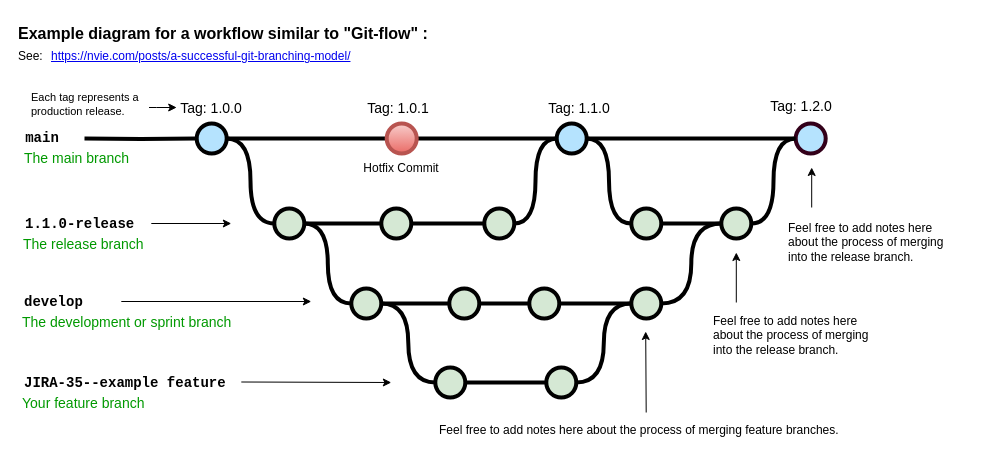
Earlier version of the draw.io diagram Untitled Diagram.drawio (JarvisSmallhouse/Moto_XCMP_XNL_master). Source tidied: cells renumbered, new cells numbered last; positions are measured from the earlier drawing's top-left corner, leaving out a move shared by most shapes. Both pictures are drawn from the tidied source at 100%, with x=0, y=0 at pixel (16, 17).
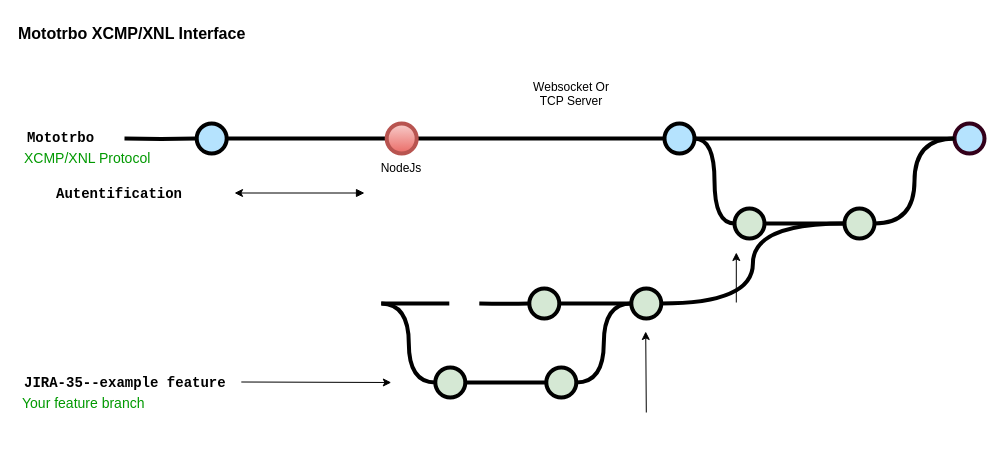
The same diagram, later.

The change refers to these unchanged cells:
```xml
<mxCell id="5" style="verticalLabelPosition=bottom;verticalAlign=top;html=1;strokeWidth=4;shape=mxgraph.flowchart.on-page_reference;plain-blue;gradientColor=none;fillColor=#B5E3Fe;strokeColor=#000000;" parent="1" vertex="1">
  <mxGeometry x="180.2" y="106" width="30" height="30" as="geometry" />
</mxCell>
<mxCell id="26" style="verticalLabelPosition=bottom;verticalAlign=top;html=1;strokeWidth=4;shape=mxgraph.flowchart.on-page_reference;plain-purple;gradientColor=none;strokeColor=#000000;fillColor=#D5E8D4;" parent="1" vertex="1">
  <mxGeometry x="512.8" y="271" width="30" height="30" as="geometry" />
</mxCell>
<mxCell id="31" style="verticalLabelPosition=bottom;verticalAlign=top;html=1;strokeWidth=4;shape=mxgraph.flowchart.on-page_reference;plain-purple;gradientColor=none;strokeColor=#000000;fillColor=#D5E8D4;" parent="1" vertex="1">
  <mxGeometry x="418.8" y="350" width="30" height="30" as="geometry" />
</mxCell>
```

Change to the diagram source:
```diff
@@
-    <mxCell id="2" value="Hotfix Commit" style="text;html=1;strokeColor=none;fillColor=none;align=center;verticalAlign=middle;whiteSpace=wrap;overflow=hidden;" parent="1" vertex="1">
+    <mxCell id="2" value="NodeJs" style="text;html=1;strokeColor=none;fillColor=none;align=center;verticalAlign=middle;whiteSpace=wrap;overflow=hidden;" parent="1" vertex="1">
       <mxGeometry x="345.2" y="136" width="80" height="30" as="geometry" />
     </mxCell>
@@
-    <mxCell id="4" style="edgeStyle=orthogonalEdgeStyle;curved=1;rounded=0;html=1;exitX=1;exitY=0.5;exitPerimeter=0;entryX=0;entryY=0.5;entryPerimeter=0;endArrow=none;endFill=0;jettySize=auto;strokeWidth=4;fontSize=15;" parent="1" edge="1" source="5" target="13">
-      <mxGeometry relative="1" as="geometry" />
-    </mxCell>
@@
     <mxCell id="8" style="verticalLabelPosition=bottom;verticalAlign=top;html=1;strokeWidth=4;shape=mxgraph.flowchart.on-page_reference;plain-blue;gradientColor=none;strokeColor=#000000;fillColor=#B5E3FE;" parent="1" vertex="1">
-      <mxGeometry x="540.2" y="106" width="30" height="30" as="geometry" />
+      <mxGeometry x="648" y="106" width="30" height="30" as="geometry" />
     </mxCell>
     <mxCell id="9" style="verticalLabelPosition=bottom;verticalAlign=top;html=1;strokeWidth=4;shape=mxgraph.flowchart.on-page_reference;plain-blue;gradientColor=none;strokeColor=#33001A;fillColor=#B5E3FE;" parent="1" vertex="1">
-      <mxGeometry x="779.2" y="106" width="30" height="30" as="geometry" />
+      <mxGeometry x="938" y="106" width="30" height="30" as="geometry" />
     </mxCell>
     <mxCell id="10" style="edgeStyle=orthogonalEdgeStyle;rounded=0;html=1;jettySize=auto;strokeWidth=4;endArrow=none;endFill=0;" parent="1" edge="1" target="5">
       <mxGeometry x="192.2" y="211" as="geometry">
-        <mxPoint x="68" y="121" as="sourcePoint" />
+        <mxPoint x="108" y="121" as="sourcePoint" />
       </mxGeometry>
     </mxCell>
-    <mxCell id="11" value="main" style="text;html=1;strokeColor=none;fillColor=none;align=center;verticalAlign=middle;whiteSpace=wrap;overflow=hidden;fontSize=14;fontStyle=1;fontFamily=Courier New;" parent="1" vertex="1">
-      <mxGeometry x="1" y="100" width="50" height="42" as="geometry" />
+    <mxCell id="11" value="Mototrbo" style="text;html=1;strokeColor=none;fillColor=none;align=center;verticalAlign=middle;whiteSpace=wrap;overflow=hidden;fontSize=14;fontStyle=1;fontFamily=Courier New;" parent="1" vertex="1">
+      <mxGeometry x="1" y="100" width="87" height="42" as="geometry" />
     </mxCell>
-    <mxCell id="12" style="edgeStyle=orthogonalEdgeStyle;curved=1;rounded=0;html=1;exitX=1;exitY=0.5;exitPerimeter=0;endArrow=none;endFill=0;jettySize=auto;strokeWidth=4;fontSize=15;" parent="1" edge="1" source="13" target="15">
-      <mxGeometry relative="1" as="geometry" />
-    </mxCell>
-    <mxCell id="13" style="verticalLabelPosition=bottom;verticalAlign=top;html=1;strokeWidth=4;shape=mxgraph.flowchart.on-page_reference;plain-purple;gradientColor=none;strokeColor=#000000;fillColor=#D5E8D4;" parent="1" vertex="1">
-      <mxGeometry x="257.8" y="191" width="30" height="30" as="geometry" />
-    </mxCell>
-    <mxCell id="14" style="edgeStyle=orthogonalEdgeStyle;curved=1;rounded=0;html=1;exitX=1;exitY=0.5;exitPerimeter=0;entryX=0;entryY=0.5;entryPerimeter=0;endArrow=none;endFill=0;jettySize=auto;strokeWidth=4;fontSize=15;" parent="1" edge="1" source="15" target="17">
-      <mxGeometry relative="1" as="geometry" />
-    </mxCell>
-    <mxCell id="15" style="verticalLabelPosition=bottom;verticalAlign=top;html=1;strokeWidth=4;shape=mxgraph.flowchart.on-page_reference;plain-purple;gradientColor=none;strokeColor=#000000;fillColor=#D5E8D4;" parent="1" vertex="1">
-      <mxGeometry x="364.8" y="191" width="30" height="30" as="geometry" />
-    </mxCell>
-    <mxCell id="16" style="edgeStyle=orthogonalEdgeStyle;curved=1;rounded=0;html=1;exitX=1;exitY=0.5;exitPerimeter=0;entryX=0;entryY=0.5;entryPerimeter=0;endArrow=none;endFill=0;jettySize=auto;strokeWidth=4;fontSize=15;" parent="1" edge="1" source="17" target="8">
-      <mxGeometry relative="1" as="geometry" />
-    </mxCell>
-    <mxCell id="17" style="verticalLabelPosition=bottom;verticalAlign=top;html=1;strokeWidth=4;shape=mxgraph.flowchart.on-page_reference;plain-purple;gradientColor=none;strokeColor=#000000;fillColor=#D5E8D4;" parent="1" vertex="1">
-      <mxGeometry x="467.8" y="191" width="30" height="30" as="geometry" />
-    </mxCell>
-    <mxCell id="18" value="1.1.0-release" style="text;html=1;strokeColor=none;fillColor=none;align=left;verticalAlign=middle;whiteSpace=wrap;overflow=hidden;fontSize=14;fontStyle=1;fontFamily=Courier New;" parent="1" vertex="1">
-      <mxGeometry x="6.8" y="196" width="240" height="20" as="geometry" />
+    <mxCell id="18" value="Autentification" style="text;html=1;strokeColor=none;fillColor=none;align=left;verticalAlign=middle;whiteSpace=wrap;overflow=hidden;fontSize=14;fontStyle=1;fontFamily=Courier New;" parent="1" vertex="1">
+      <mxGeometry x="38" y="166" width="240" height="20" as="geometry" />
     </mxCell>
-    <mxCell id="19" style="edgeStyle=orthogonalEdgeStyle;rounded=0;jettySize=auto;html=1;endArrow=none;endFill=0;strokeWidth=4;" parent="1" edge="1" source="22" target="24">
-      <mxGeometry relative="1" as="geometry" />
+    <mxCell id="19" style="edgeStyle=orthogonalEdgeStyle;rounded=0;orthogonalLoop=1;jettySize=auto;html=1;endArrow=none;endFill=0;strokeWidth=4;" parent="1" edge="1">
+      <mxGeometry relative="1" as="geometry">
+        <mxPoint x="364.8" y="286" as="sourcePoint" />
+        <mxPoint x="432.8" y="286" as="targetPoint" />
+      </mxGeometry>
     </mxCell>
-    <mxCell id="20" style="edgeStyle=orthogonalEdgeStyle;rounded=0;jettySize=auto;html=1;entryX=1;entryY=0.5;entryDx=0;entryDy=0;entryPerimeter=0;endArrow=none;endFill=0;strokeWidth=4;curved=1;" parent="1" edge="1" source="22" target="13">
-      <mxGeometry relative="1" as="geometry" />
-    </mxCell>
-    <mxCell id="21" style="edgeStyle=orthogonalEdgeStyle;curved=1;rounded=0;jettySize=auto;html=1;exitX=1;exitY=0.5;exitDx=0;exitDy=0;exitPerimeter=0;entryX=0;entryY=0.5;entryDx=0;entryDy=0;entryPerimeter=0;endArrow=none;endFill=0;strokeWidth=4;fontFamily=Courier New;fontColor=#009900;" parent="1" edge="1" source="22" target="31">
-      <mxGeometry relative="1" as="geometry" />
+    <mxCell id="21" style="edgeStyle=orthogonalEdgeStyle;curved=1;rounded=0;jettySize=auto;html=1;exitX=1;exitY=0.5;exitDx=0;exitDy=0;exitPerimeter=0;entryX=0;entryY=0.5;entryDx=0;entryDy=0;entryPerimeter=0;endArrow=none;endFill=0;strokeWidth=4;fontFamily=Courier New;fontColor=#009900;" parent="1" edge="1" target="31">
+      <mxGeometry relative="1" as="geometry">
+        <mxPoint x="364.8" y="286" as="sourcePoint" />
+      </mxGeometry>
     </mxCell>
-    <mxCell id="22" style="verticalLabelPosition=bottom;verticalAlign=top;html=1;strokeWidth=4;shape=mxgraph.flowchart.on-page_reference;plain-purple;gradientColor=none;strokeColor=#000000;fillColor=#D5E8D4;" parent="1" vertex="1">
-      <mxGeometry x="334.8" y="271" width="30" height="30" as="geometry" />
-    </mxCell>
-    <mxCell id="23" style="edgeStyle=orthogonalEdgeStyle;curved=1;rounded=0;jettySize=auto;html=1;endArrow=none;endFill=0;strokeWidth=4;" parent="1" edge="1" source="24" target="26">
-      <mxGeometry relative="1" as="geometry" />
+    <mxCell id="23" style="edgeStyle=orthogonalEdgeStyle;curved=1;rounded=0;jettySize=auto;html=1;endArrow=none;endFill=0;strokeWidth=4;" parent="1" edge="1" target="26">
+      <mxGeometry relative="1" as="geometry">
+        <mxPoint x="462.8" y="286" as="sourcePoint" />
+      </mxGeometry>
     </mxCell>
-    <mxCell id="24" style="verticalLabelPosition=bottom;verticalAlign=top;html=1;strokeWidth=4;shape=mxgraph.flowchart.on-page_reference;plain-purple;gradientColor=none;strokeColor=#000000;fillColor=#D5E8D4;" parent="1" vertex="1">
-      <mxGeometry x="432.8" y="271" width="30" height="30" as="geometry" />
-    </mxCell>
@@
-    <mxCell id="29" value="develop" style="text;html=1;strokeColor=none;fillColor=none;align=left;verticalAlign=middle;whiteSpace=wrap;overflow=hidden;fontSize=14;fontStyle=1;fontFamily=Courier New;" parent="1" vertex="1">
-      <mxGeometry x="5.8" y="274" width="91" height="20" as="geometry" />
-    </mxCell>
@@
-    <mxCell id="35" value="The development or sprint branch" style="text;html=1;strokeColor=none;fillColor=none;align=left;verticalAlign=middle;whiteSpace=wrap;overflow=hidden;fontSize=14;fontStyle=0;fontColor=#009900;" parent="1" vertex="1">
-      <mxGeometry x="3.8" y="294" width="240" height="20" as="geometry" />
-    </mxCell>
@@
-    <mxCell id="37" value="The release branch" style="text;html=1;strokeColor=none;fillColor=none;align=left;verticalAlign=middle;whiteSpace=wrap;overflow=hidden;fontSize=14;fontStyle=0;fontColor=#009900;" parent="1" vertex="1">
-      <mxGeometry x="4.8" y="216" width="240" height="20" as="geometry" />
-    </mxCell>
-    <mxCell id="38" value="The main branch&lt;br&gt;" style="text;html=1;strokeColor=none;fillColor=none;align=left;verticalAlign=middle;whiteSpace=wrap;overflow=hidden;fontSize=14;fontStyle=0;fontColor=#009900;" parent="1" vertex="1">
+    <mxCell id="38" value="XCMP/XNL Protocol" style="text;html=1;strokeColor=none;fillColor=none;align=left;verticalAlign=middle;whiteSpace=wrap;overflow=hidden;fontSize=14;fontStyle=0;fontColor=#009900;" parent="1" vertex="1">
       <mxGeometry x="6.2" y="130" width="146.8" height="20" as="geometry" />
     </mxCell>
@@
-    <mxCell id="40" style="endArrow=classic;html=1;strokeWidth=1;fontFamily=Courier New;fontColor=#009900;" parent="1" edge="1">
-      <mxGeometry relative="1" as="geometry">
-        <mxPoint x="104.8" y="284" as="sourcePoint" />
-        <mxPoint x="294.8" y="284" as="targetPoint" />
-      </mxGeometry>
-    </mxCell>
-    <mxCell id="41" style="endArrow=classic;html=1;strokeWidth=1;fontFamily=Courier New;fontColor=#009900;" parent="1" edge="1">
+    <mxCell id="41" style="endArrow=classic;html=1;strokeWidth=1;fontFamily=Courier New;fontColor=#009900;snapToPoint=0;startArrow=block;" parent="1" edge="1">
       <mxGeometry relative="1" as="geometry">
-        <mxPoint x="134.8" y="206" as="sourcePoint" />
-        <mxPoint x="214.8" y="206" as="targetPoint" />
+        <mxPoint x="348" y="175.5" as="sourcePoint" />
+        <mxPoint x="218" y="175.5" as="targetPoint" />
       </mxGeometry>
     </mxCell>
-    <mxCell id="42" value="Tag: 1.1.0" style="text;html=1;strokeColor=none;fillColor=none;align=center;verticalAlign=middle;whiteSpace=wrap;overflow=hidden;fontSize=14;" parent="1" vertex="1">
-      <mxGeometry x="508.2" y="80" width="110" height="20" as="geometry" />
-    </mxCell>
-    <mxCell id="43" value="Tag: 1.0.0" style="text;html=1;strokeColor=none;fillColor=none;align=center;verticalAlign=middle;whiteSpace=wrap;overflow=hidden;fontSize=14;" parent="1" vertex="1">
-      <mxGeometry x="160.2" y="80" width="70" height="20" as="geometry" />
-    </mxCell>
@@
     <mxCell id="45" style="verticalLabelPosition=bottom;verticalAlign=top;html=1;strokeWidth=4;shape=mxgraph.flowchart.on-page_reference;plain-purple;gradientColor=none;strokeColor=#000000;fillColor=#D5E8D4;" parent="1" vertex="1">
-      <mxGeometry x="614.8" y="191" width="30" height="30" as="geometry" />
+      <mxGeometry x="718" y="191" width="30" height="30" as="geometry" />
     </mxCell>
@@
     <mxCell id="47" style="verticalLabelPosition=bottom;verticalAlign=top;html=1;strokeWidth=4;shape=mxgraph.flowchart.on-page_reference;plain-purple;gradientColor=none;strokeColor=#000000;fillColor=#D5E8D4;" parent="1" vertex="1">
-      <mxGeometry x="704.8" y="191" width="30" height="30" as="geometry" />
+      <mxGeometry x="828" y="191" width="30" height="30" as="geometry" />
     </mxCell>
-    <mxCell id="48" value="Tag: 1.2.0" style="text;html=1;strokeColor=none;fillColor=none;align=center;verticalAlign=middle;whiteSpace=wrap;overflow=hidden;fontSize=14;" parent="1" vertex="1">
-      <mxGeometry x="730.2" y="78" width="110" height="20" as="geometry" />
-    </mxCell>
-    <mxCell id="49" style="endArrow=classic;html=1;strokeWidth=1;fontFamily=Courier New;fontColor=#009900;exitX=0.5;exitY=0;exitDx=0;exitDy=0;" parent="1" edge="1" source="52">
+    <mxCell id="49" style="endArrow=classic;html=1;strokeWidth=1;fontFamily=Courier New;fontColor=#009900;exitX=0.5;exitY=0;exitDx=0;exitDy=0;" parent="1" edge="1">
       <mxGeometry relative="1" as="geometry">
+        <mxPoint x="629.8" y="395" as="sourcePoint" />
         <mxPoint x="629.2" y="314" as="targetPoint" />
       </mxGeometry>
     </mxCell>
@@
-    <mxCell id="51" value="&lt;span style=&quot;text-align: center&quot;&gt;Feel free to add notes here about the process of merging into the release branch.&lt;br&gt;&lt;/span&gt;" style="text;html=1;strokeColor=none;fillColor=none;align=left;verticalAlign=middle;whiteSpace=wrap;overflow=hidden;fontSize=12;fontStyle=0;fontColor=#000000;" parent="1" vertex="1">
-      <mxGeometry x="694.8" y="285" width="163.2" height="66" as="geometry" />
-    </mxCell>
-    <mxCell id="52" value="&lt;div style=&quot;&quot;&gt;&lt;span&gt;Feel free to add notes here about the process of merging feature branches.&lt;/span&gt;&lt;/div&gt;" style="text;html=1;strokeColor=none;fillColor=none;align=left;verticalAlign=middle;whiteSpace=wrap;overflow=hidden;fontSize=12;fontStyle=0;fontColor=#000000;" parent="1" vertex="1">
-      <mxGeometry x="420.6" y="395" width="418.2" height="36" as="geometry" />
-    </mxCell>
-    <mxCell id="53" style="edgeStyle=orthogonalEdgeStyle;rounded=0;jettySize=auto;html=1;fontSize=12;fontColor=#000000;entryX=0;entryY=0.5;entryDx=0;entryDy=0;" parent="1" edge="1" source="54" target="43">
-      <mxGeometry relative="1" as="geometry">
-        <Array as="points">
-          <mxPoint x="140.2" y="90" />
-          <mxPoint x="140.2" y="90" />
-        </Array>
-      </mxGeometry>
-    </mxCell>
-    <mxCell id="54" value="&lt;span style=&quot;text-align: center; font-size: 11px;&quot;&gt;Each tag represents a production release.&lt;/span&gt;" style="text;html=1;strokeColor=none;fillColor=none;align=left;verticalAlign=middle;whiteSpace=wrap;overflow=hidden;fontSize=11;fontStyle=0;fontColor=#000000;" parent="1" vertex="1">
-      <mxGeometry x="12.5" y="68" width="120" height="38" as="geometry" />
-    </mxCell>
-    <mxCell id="55" value="Example diagram for a workflow similar to &quot;Git-flow&quot; :" style="text;whiteSpace=wrap;html=1;fontStyle=1;fontSize=16;" parent="1" vertex="1">
+    <mxCell id="55" value="Mototrbo XCMP/XNL Interface" style="text;whiteSpace=wrap;html=1;fontStyle=1;fontSize=16;" parent="1" vertex="1">
       <mxGeometry x="0.2" width="427.8" height="20" as="geometry" />
     </mxCell>
-    <mxCell id="56" value="&lt;a href=&quot;https://nvie.com/posts/a-successful-git-branching-model/&quot;&gt;https://nvie.com/posts/a-successful-git-branching-model/&lt;/a&gt;" style="text;whiteSpace=wrap;html=1;" parent="1" vertex="1">
-      <mxGeometry x="33" y="25" width="355" height="20" as="geometry" />
-    </mxCell>
-    <mxCell id="57" value="See:" style="text;whiteSpace=wrap;html=1;" parent="1" vertex="1">
-      <mxGeometry x="0.2" y="25" width="32.8" height="20" as="geometry" />
-    </mxCell>
-    <mxCell id="58" style="endArrow=classic;html=1;strokeWidth=1;fontFamily=Courier New;fontColor=#009900;" parent="1" edge="1">
-      <mxGeometry relative="1" as="geometry">
-        <mxPoint x="795.2" y="190" as="sourcePoint" />
-        <mxPoint x="795.2" y="150" as="targetPoint" />
-      </mxGeometry>
-    </mxCell>
-    <mxCell id="59" value="&lt;span style=&quot;text-align: center&quot;&gt;Feel free to add notes here about the process of merging into the release branch.&lt;br&gt;&lt;br&gt;&lt;/span&gt;" style="text;html=1;strokeColor=none;fillColor=none;align=left;verticalAlign=middle;whiteSpace=wrap;overflow=hidden;fontSize=12;fontStyle=0;fontColor=#000000;" parent="1" vertex="1">
-      <mxGeometry x="770.2" y="191" width="167.8" height="81" as="geometry" />
-    </mxCell>
@@
-    <mxCell id="62" value="Tag: 1.0.1" style="text;html=1;strokeColor=none;fillColor=none;align=center;verticalAlign=middle;whiteSpace=wrap;overflow=hidden;fontSize=14;" parent="1" vertex="1">
-      <mxGeometry x="346.5" y="80" width="70" height="20" as="geometry" />
-    </mxCell>
+    <mxCell id="63" value="Websocket Or TCP Server" style="text;html=1;strokeColor=none;fillColor=none;align=center;verticalAlign=middle;whiteSpace=wrap;overflow=hidden;" parent="1" vertex="1">
+      <mxGeometry x="515.2" y="60" width="80" height="30" as="geometry" />
+    </mxCell>
```
